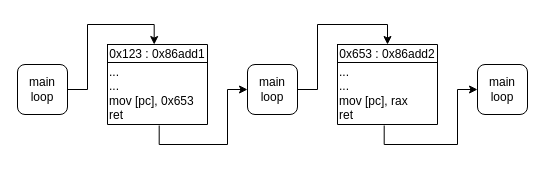
The draw.io diagram documentation/paper/media/chaining-unchained.drawio in ria-jit/ria-jit, before the edit. Source tidied: cells renumbered, new cells numbered last; positions are measured from the earlier drawing's top-left corner, leaving out a move shared by most shapes. Both pictures are drawn from the tidied source at 100%, with x=0, y=0 at pixel (17, 44).
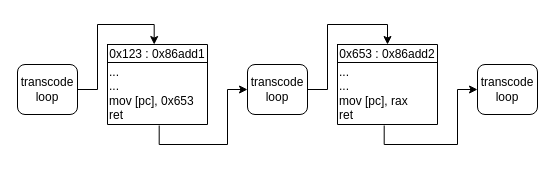
Above is the later version.

Commit message (it also covers changes not shown here):
fix graphic inconsistency

Unchanged cells that the change refers to:
```xml
<mxCell id="10" style="shape=partialRectangle;html=1;whiteSpace=wrap;fillColor=none;top=0;left=0;bottom=0;right=0;points=[[0,0.5],[1,0.5]];portConstraint=eastwest;" parent="9" vertex="1">
  <mxGeometry width="100" height="18" as="geometry" />
</mxCell>
<mxCell id="15" style="shape=partialRectangle;html=1;whiteSpace=wrap;fillColor=none;top=0;left=0;bottom=0;right=0;points=[[0,0.5],[1,0.5]];portConstraint=eastwest;" parent="14" vertex="1">
  <mxGeometry width="100" height="18" as="geometry" />
</mxCell>
```

Change to the diagram source:
```diff
@@
     <mxCell id="2" style="edgeStyle=orthogonalEdgeStyle;rounded=0;jettySize=auto;html=1;exitX=1;exitY=0.5;exitDx=0;exitDy=0;entryX=0.467;entryY=0;entryDx=0;entryDy=0;entryPerimeter=0;" parent="1" edge="1" source="3" target="10">
-      <mxGeometry relative="1" as="geometry" />
+      <mxGeometry relative="1" as="geometry">
+        <Array as="points">
+          <mxPoint x="80" y="45" />
+          <mxPoint x="80" y="-20" />
+          <mxPoint x="137" y="-20" />
+        </Array>
+      </mxGeometry>
     </mxCell>
-    <mxCell id="3" value="&lt;div&gt;main&lt;/div&gt;&lt;div&gt;loop&lt;/div&gt;" style="rounded=1;whiteSpace=wrap;html=1;" parent="1" vertex="1">
-      <mxGeometry y="20" width="50" height="50" as="geometry" />
+    <mxCell id="3" value="transcode loop" style="rounded=1;whiteSpace=wrap;html=1;" parent="1" vertex="1">
+      <mxGeometry y="20" width="60" height="50" as="geometry" />
     </mxCell>
     <mxCell id="4" style="edgeStyle=orthogonalEdgeStyle;rounded=0;jettySize=auto;html=1;exitX=1;exitY=0.5;exitDx=0;exitDy=0;entryX=0.5;entryY=0;entryDx=0;entryDy=0;entryPerimeter=0;" parent="1" edge="1" source="5" target="15">
-      <mxGeometry relative="1" as="geometry" />
+      <mxGeometry relative="1" as="geometry">
+        <Array as="points">
+          <mxPoint x="310" y="45" />
+          <mxPoint x="310" y="-20" />
+          <mxPoint x="370" y="-20" />
+        </Array>
+      </mxGeometry>
     </mxCell>
-    <mxCell id="5" value="&lt;div&gt;main&lt;/div&gt;&lt;div&gt;loop&lt;/div&gt;" style="rounded=1;whiteSpace=wrap;html=1;" parent="1" vertex="1">
-      <mxGeometry x="230" y="20" width="50" height="50" as="geometry" />
+    <mxCell id="5" value="transcode loop" style="rounded=1;whiteSpace=wrap;html=1;" parent="1" vertex="1">
+      <mxGeometry x="230" y="20" width="60" height="50" as="geometry" />
     </mxCell>
@@
-    <mxCell id="7" value="&lt;div&gt;main&lt;/div&gt;&lt;div&gt;loop&lt;/div&gt;" style="rounded=1;whiteSpace=wrap;html=1;" parent="1" vertex="1">
-      <mxGeometry x="460" y="20" width="50" height="50" as="geometry" />
+    <mxCell id="7" value="transcode loop" style="rounded=1;whiteSpace=wrap;html=1;" parent="1" vertex="1">
+      <mxGeometry x="460" y="20" width="60" height="50" as="geometry" />
     </mxCell>
```
